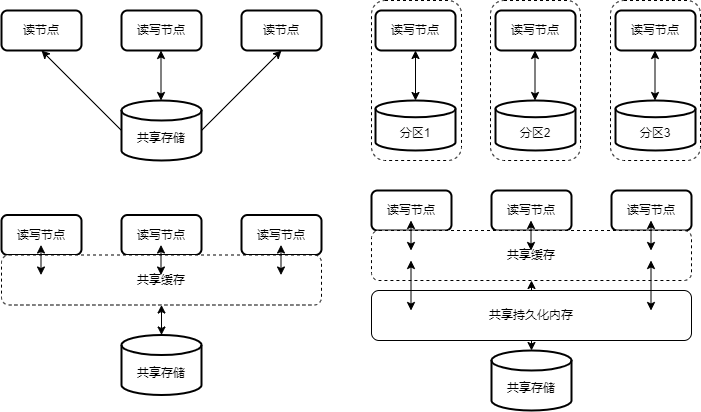
Before: Shared Arch.drawio.png, a diagram exported from draw.io (rehoboan/Draw-Files). Source tidied: cells renumbered, new cells last; positions are measured from the earlier drawing's top-left corner, leaving out a move shared by most shapes.
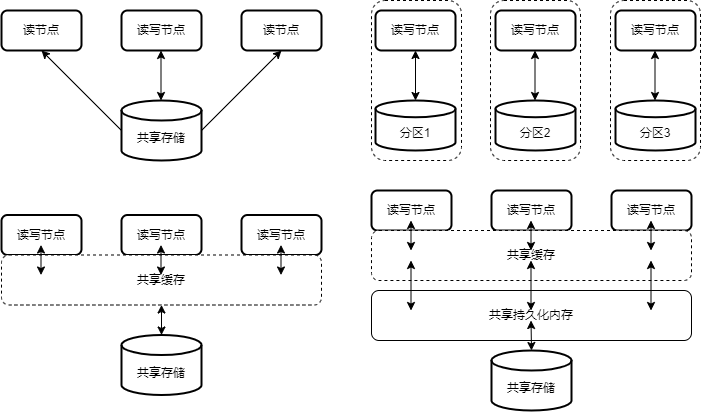
After the change.

What changed in the source:
```diff
@@ -137,9 +137,6 @@
         <mxPoint x="649.5" y="220" as="targetPoint" />
       </mxGeometry>
     </mxCell>
-    <mxCell id="38" style="endArrow=classic;startArrow=classic;html=1;rounded=0;exitX=0.5;exitY=0;exitDx=0;exitDy=0;exitPerimeter=0;entryX=0.5;entryY=1;entryDx=0;entryDy=0;" parent="1" edge="1" source="31" target="34">
-      <mxGeometry relative="1" as="geometry" />
-    </mxCell>
     <mxCell id="39" value="共享持久化内存" style="rounded=1;whiteSpace=wrap;html=1;" parent="1" vertex="1">
       <mxGeometry x="370" y="290" width="320" height="50" as="geometry" />
     </mxCell>
@@ -155,5 +152,17 @@
         <mxPoint x="409.5" y="260" as="targetPoint" />
       </mxGeometry>
     </mxCell>
+    <mxCell id="42" style="endArrow=classic;startArrow=classic;html=1;rounded=0;" parent="1" edge="1">
+      <mxGeometry relative="1" as="geometry">
+        <mxPoint x="529.5" y="310" as="sourcePoint" />
+        <mxPoint x="529.5" y="260" as="targetPoint" />
+      </mxGeometry>
+    </mxCell>
+    <mxCell id="43" style="endArrow=classic;startArrow=classic;html=1;rounded=0;" parent="1" edge="1">
+      <mxGeometry relative="1" as="geometry">
+        <mxPoint x="530" y="350" as="sourcePoint" />
+        <mxPoint x="529.5" y="320" as="targetPoint" />
+      </mxGeometry>
+    </mxCell>
   </root>
 </mxGraphModel>
```
